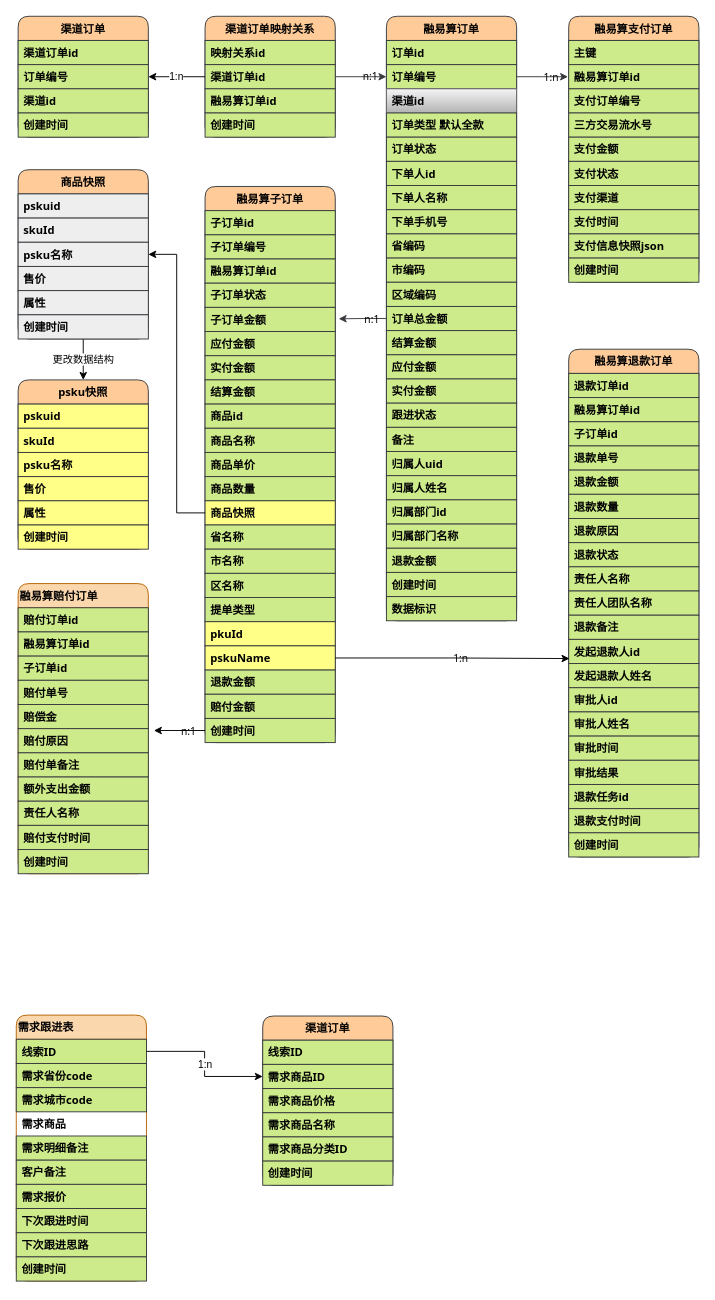
Above: 鹊桥接入商品3.0数据模型.drawio in zhaoershuang/flow-chart (draw.io), before the change. Source tidied: cells renumbered, new cells numbered last; positions are measured from the earlier drawing's top-left corner, leaving out a move shared by most shapes. Both pictures are drawn from the tidied source at 93%, with x=0, y=0 at pixel (16, 16).
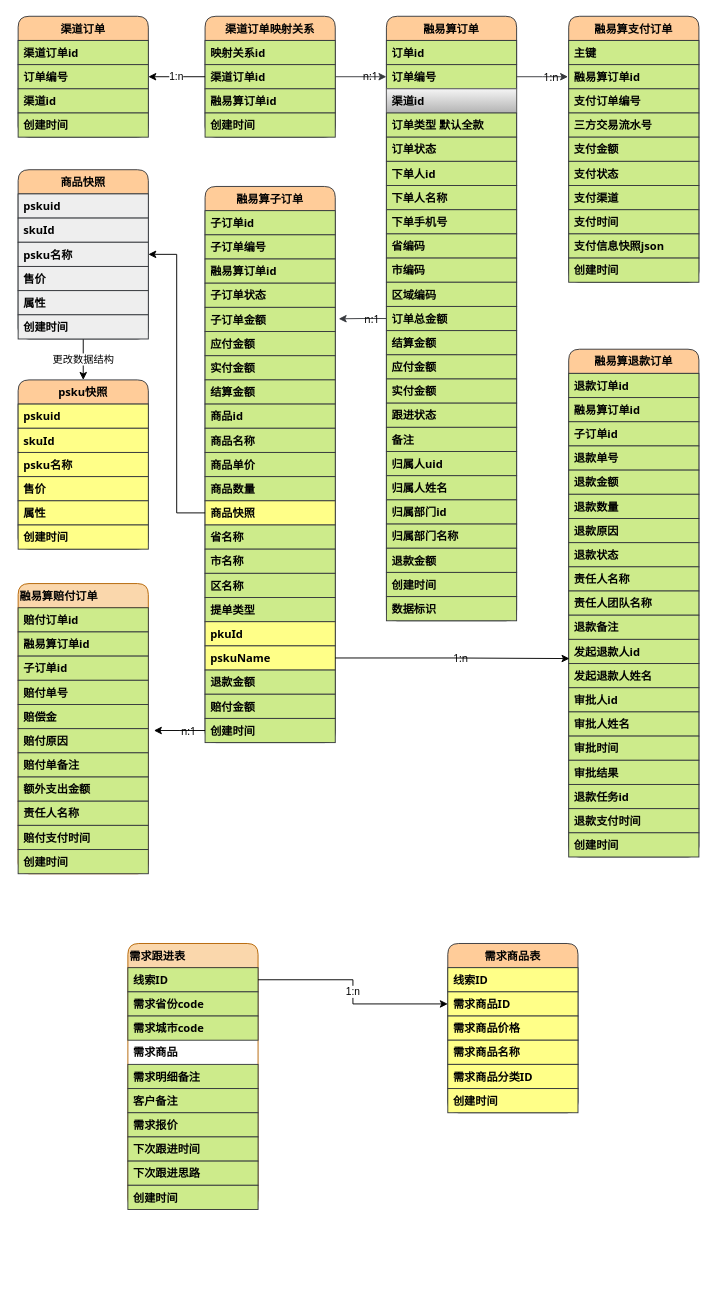
The same diagram, later.

Commit message:
Update 鹊桥接入商品3.0数据模型.drawio

Diff of the diagram source:
```diff
@@
     <mxCell id="126" value="需求跟进表" style="swimlane;fontStyle=1;horizontal=1;startSize=26;rounded=1;fontFamily=Tahoma;fillColor=#fad7ac;strokeColor=#b46504;align=left;labelBackgroundColor=none;labelBorderColor=none;shadow=0;" parent="1" vertex="1">
-      <mxGeometry y="1074" width="140" height="286" as="geometry" />
+      <mxGeometry x="120" y="997" width="140" height="286" as="geometry" />
     </mxCell>
@@
-    <mxCell id="137" value="渠道订单" style="swimlane;fontStyle=1;horizontal=1;startSize=26;rounded=1;sketch=0;swimlaneFillColor=none;fontFamily=Tahoma;fillColor=#ffcc99;strokeColor=#36393d;" parent="1" vertex="1">
-      <mxGeometry x="265" y="1075" width="140" height="182" as="geometry" />
+    <mxCell id="137" value="需求商品表" style="swimlane;fontStyle=1;horizontal=1;startSize=26;rounded=1;sketch=0;swimlaneFillColor=none;fontFamily=Tahoma;fillColor=#ffcc99;strokeColor=#36393d;" parent="1" vertex="1">
+      <mxGeometry x="464" y="997" width="140" height="182" as="geometry" />
     </mxCell>
-    <mxCell id="138" value="线索ID" style="text;align=left;verticalAlign=top;spacingLeft=4;spacingRight=4;overflow=hidden;fontStyle=1;fontFamily=Tahoma;fillColor=#cdeb8b;strokeColor=#36393d;" parent="137" vertex="1">
+    <mxCell id="138" value="线索ID" style="text;align=left;verticalAlign=top;spacingLeft=4;spacingRight=4;overflow=hidden;fontStyle=1;fontFamily=Tahoma;fillColor=#ffff88;strokeColor=#36393d;" parent="137" vertex="1">
       <mxGeometry y="26" width="140" height="26" as="geometry" />
     </mxCell>
-    <mxCell id="139" value="需求商品ID" style="text;align=left;verticalAlign=top;spacingLeft=4;spacingRight=4;overflow=hidden;points=[[0,0.5],[1,0.5]];portConstraint=eastwest;fontStyle=1;fontFamily=Tahoma;fillColor=#cdeb8b;strokeColor=#36393d;" parent="137" vertex="1">
+    <mxCell id="139" value="需求商品ID" style="text;align=left;verticalAlign=top;spacingLeft=4;spacingRight=4;overflow=hidden;points=[[0,0.5],[1,0.5]];portConstraint=eastwest;fontStyle=1;fontFamily=Tahoma;fillColor=#ffff88;strokeColor=#36393d;" parent="137" vertex="1">
       <mxGeometry y="52" width="140" height="26" as="geometry" />
     </mxCell>
-    <mxCell id="140" value="需求商品价格" style="text;align=left;verticalAlign=top;spacingLeft=4;spacingRight=4;overflow=hidden;fontStyle=1;fontFamily=Tahoma;fillColor=#cdeb8b;strokeColor=#36393d;" parent="137" vertex="1">
+    <mxCell id="140" value="需求商品价格" style="text;align=left;verticalAlign=top;spacingLeft=4;spacingRight=4;overflow=hidden;fontStyle=1;fontFamily=Tahoma;fillColor=#ffff88;strokeColor=#36393d;" parent="137" vertex="1">
       <mxGeometry y="78" width="140" height="26" as="geometry" />
     </mxCell>
-    <mxCell id="141" value="需求商品名称" style="text;align=left;verticalAlign=top;spacingLeft=4;spacingRight=4;overflow=hidden;fontStyle=1;fontFamily=Tahoma;fillColor=#cdeb8b;strokeColor=#36393d;" parent="137" vertex="1">
+    <mxCell id="141" value="需求商品名称" style="text;align=left;verticalAlign=top;spacingLeft=4;spacingRight=4;overflow=hidden;fontStyle=1;fontFamily=Tahoma;fillColor=#ffff88;strokeColor=#36393d;" parent="137" vertex="1">
       <mxGeometry y="104" width="140" height="26" as="geometry" />
     </mxCell>
-    <mxCell id="142" value="需求商品分类ID" style="text;align=left;verticalAlign=top;spacingLeft=4;spacingRight=4;overflow=hidden;fontStyle=1;fontFamily=Tahoma;fillColor=#cdeb8b;strokeColor=#36393d;" parent="137" vertex="1">
+    <mxCell id="142" value="需求商品分类ID" style="text;align=left;verticalAlign=top;spacingLeft=4;spacingRight=4;overflow=hidden;fontStyle=1;fontFamily=Tahoma;fillColor=#ffff88;strokeColor=#36393d;" parent="137" vertex="1">
       <mxGeometry y="130" width="140" height="26" as="geometry" />
     </mxCell>
-    <mxCell id="143" value="创建时间" style="text;align=left;verticalAlign=top;spacingLeft=4;spacingRight=4;overflow=hidden;fontStyle=1;fontFamily=Tahoma;fillColor=#cdeb8b;strokeColor=#36393d;" parent="137" vertex="1">
+    <mxCell id="143" value="创建时间" style="text;align=left;verticalAlign=top;spacingLeft=4;spacingRight=4;overflow=hidden;fontStyle=1;fontFamily=Tahoma;fillColor=#ffff88;strokeColor=#36393d;" parent="137" vertex="1">
       <mxGeometry y="156" width="140" height="26" as="geometry" />
     </mxCell>
```
